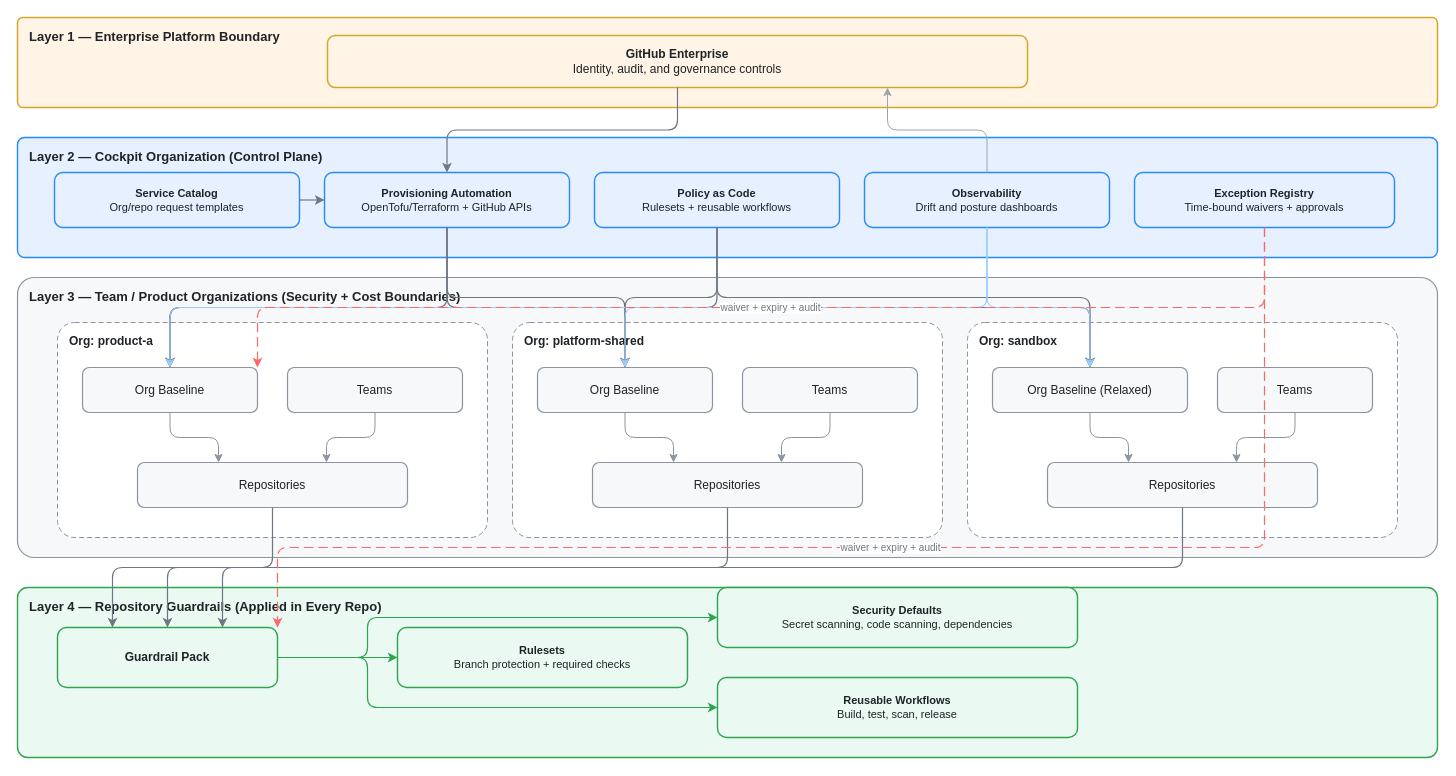
This is docs/medias/mental-model.drawio from MAMMISAID/Gh-Delivery-Zone, a draw.io file, before an edit. Source tidied: cells renumbered, new cells numbered last; positions are measured from the earlier drawing's top-left corner, leaving out a move shared by most shapes. Both pictures are drawn from the tidied source at 100%, with x=0, y=0 at pixel (17, 17).
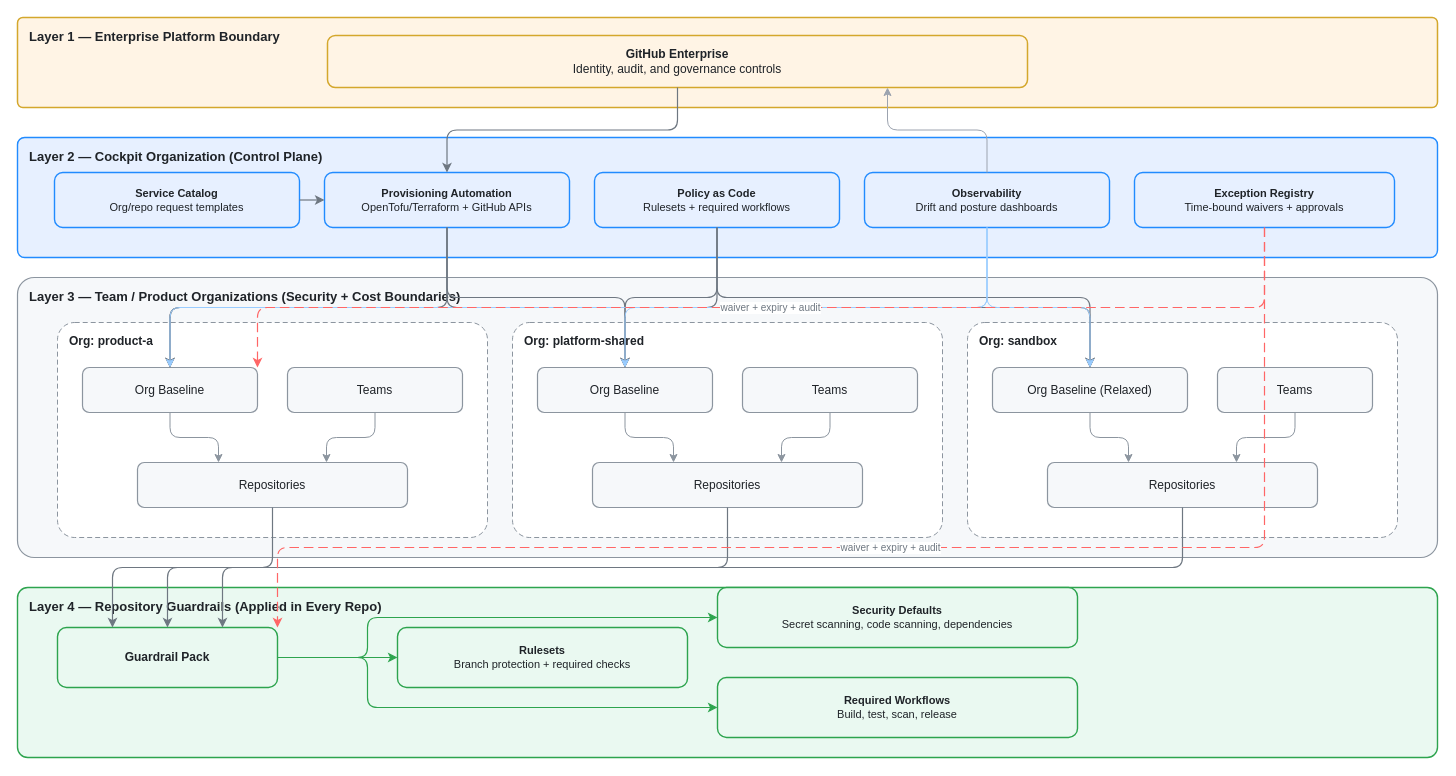
Above is the later version.

Change to the diagram source:
```diff
@@
-    <mxCell id="7" value="&lt;b&gt;Policy as Code&lt;/b&gt;&lt;br&gt;Rulesets + reusable workflows" style="rounded=1;whiteSpace=wrap;html=1;fontSize=11;fontColor=#1f2328;verticalAlign=middle;align=center;fillColor=#e7f0ff;strokeColor=#218bff;strokeWidth=1.4;" parent="1" vertex="1">
+    <mxCell id="7" value="&lt;b&gt;Policy as Code&lt;/b&gt;&lt;br&gt;Rulesets + required workflows" style="rounded=1;whiteSpace=wrap;html=1;fontSize=11;fontColor=#1f2328;verticalAlign=middle;align=center;fillColor=#e7f0ff;strokeColor=#218bff;strokeWidth=1.4;" parent="1" vertex="1">
       <mxGeometry x="577" y="155" width="245" height="55" as="geometry" />
     </mxCell>
@@
-    <mxCell id="26" value="&lt;b&gt;Reusable Workflows&lt;/b&gt;&lt;br&gt;Build, test, scan, release" style="rounded=1;whiteSpace=wrap;html=1;fontSize=11;fontColor=#1f2328;verticalAlign=middle;align=center;fillColor=#eaf9f1;strokeColor=#2da44e;strokeWidth=1.4;" parent="1" vertex="1">
+    <mxCell id="26" value="&lt;b&gt;Required Workflows&lt;/b&gt;&lt;br&gt;Build, test, scan, release" style="rounded=1;whiteSpace=wrap;html=1;fontSize=11;fontColor=#1f2328;verticalAlign=middle;align=center;fillColor=#eaf9f1;strokeColor=#2da44e;strokeWidth=1.4;" parent="1" vertex="1">
       <mxGeometry x="700" y="660" width="360" height="60" as="geometry" />
     </mxCell>
```
